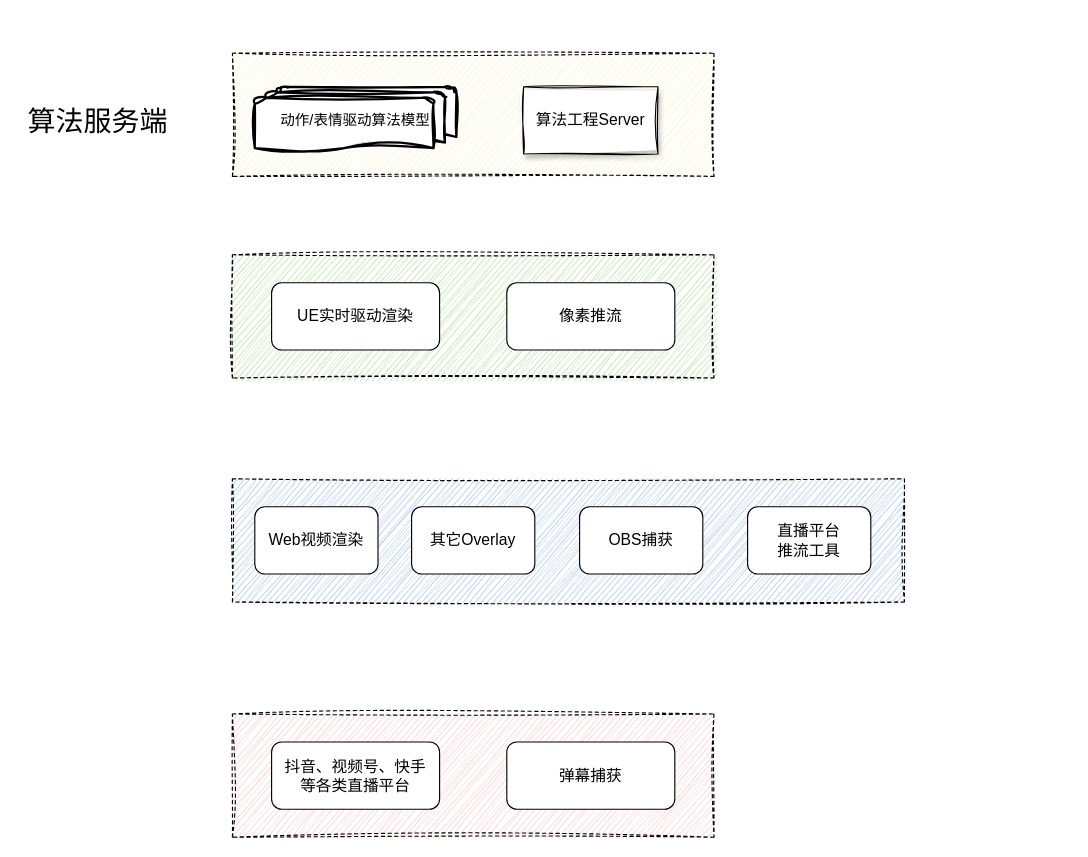
This is 3d_live_streaming.drawio from skindhu/9GAG, a draw.io file, before an edit. Source tidied: cells renumbered, new cells numbered last; positions are measured from the earlier drawing's top-left corner, leaving out a move shared by most shapes. Both pictures are drawn from the tidied source at 112%, with x=0, y=0 at pixel (19, 53).
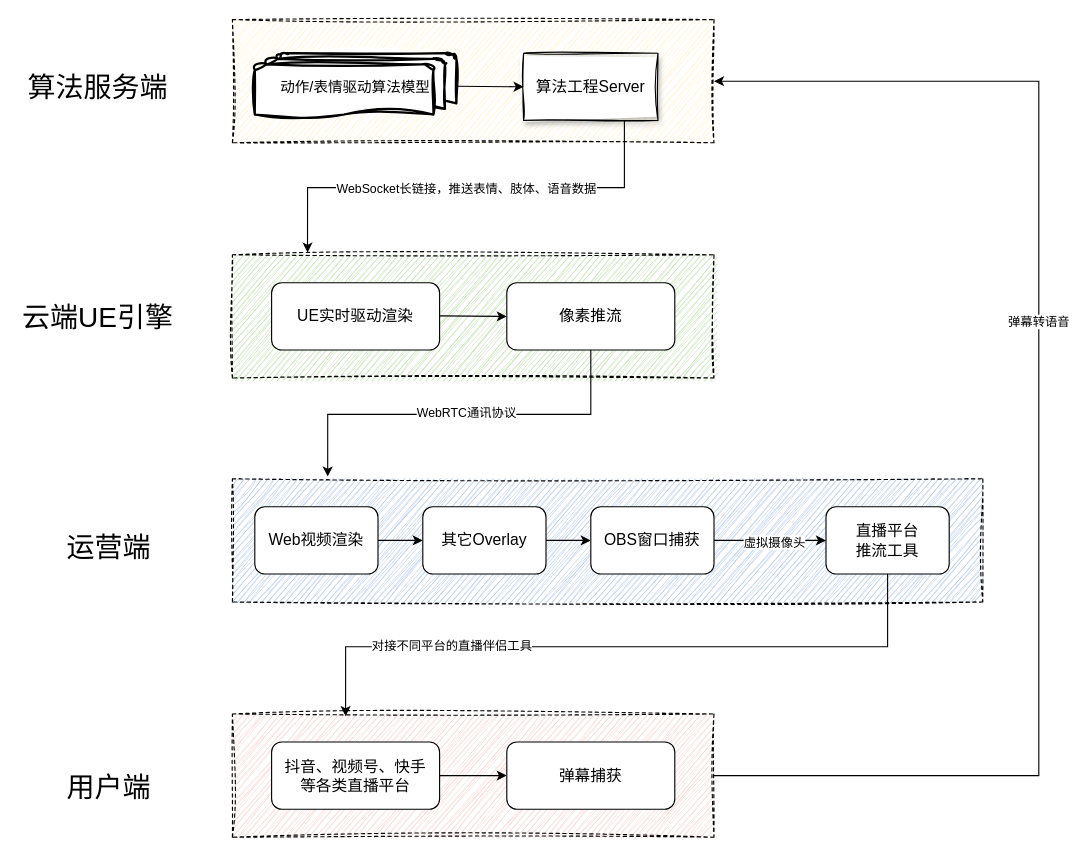
The same page after the edit.

Unchanged cells that the change refers to:
```xml
<mxCell id="2" style="rounded=0;whiteSpace=wrap;html=1;dashed=1;sketch=1;curveFitting=1;jiggle=2;fillColor=#B9E0A5;" parent="1" vertex="1">
  <mxGeometry x="190" y="180" width="430" height="110" as="geometry" />
</mxCell>
<mxCell id="7" value="像素推流" style="rounded=1;whiteSpace=wrap;html=1;fontSize=14;" parent="1" vertex="1">
  <mxGeometry x="435" y="205" width="150" height="60" as="geometry" />
</mxCell>
<mxCell id="9" value="Web视频渲染" style="rounded=1;whiteSpace=wrap;html=1;fontSize=14;" parent="1" vertex="1">
  <mxGeometry x="210" y="405" width="110" height="60" as="geometry" />
</mxCell>
<mxCell id="13" style="rounded=0;whiteSpace=wrap;html=1;dashed=1;sketch=1;curveFitting=1;jiggle=2;fillColor=#F8CECC;" parent="1" vertex="1">
  <mxGeometry x="190" y="590" width="430" height="110" as="geometry" />
</mxCell>
<mxCell id="14" value="抖音、视频号、快手&lt;br&gt;等各类直播平台" style="rounded=1;whiteSpace=wrap;html=1;fontSize=14;" parent="1" vertex="1">
  <mxGeometry x="225" y="615" width="150" height="60" as="geometry" />
</mxCell>
<mxCell id="15" value="弹幕捕获" style="rounded=1;whiteSpace=wrap;html=1;fontSize=14;" parent="1" vertex="1">
  <mxGeometry x="435" y="615" width="150" height="60" as="geometry" />
</mxCell>
```

What changed in the source:
```diff
@@
     <mxCell id="3" style="rounded=0;whiteSpace=wrap;html=1;dashed=1;sketch=1;curveFitting=1;jiggle=2;fillColor=#FFF2CC;" parent="1" vertex="1">
-      <mxGeometry x="190" width="430" height="110" as="geometry" />
+      <mxGeometry x="190" y="-30" width="430" height="110" as="geometry" />
     </mxCell>
     <mxCell id="4" value="动作/表情驱动算法模型" style="strokeWidth=2;html=1;shape=mxgraph.flowchart.multi-document;whiteSpace=wrap;sketch=1;curveFitting=1;jiggle=2;fontSize=13;" parent="1" vertex="1">
-      <mxGeometry x="210" y="30" width="180" height="60" as="geometry" />
+      <mxGeometry x="210" width="180" height="60" as="geometry" />
     </mxCell>
+    <mxCell id="17" style="edgeStyle=orthogonalEdgeStyle;rounded=0;jettySize=auto;html=1;entryX=0.156;entryY=-0.018;entryDx=0;entryDy=0;entryPerimeter=0;exitX=0.75;exitY=1;exitDx=0;exitDy=0;" parent="1" edge="1" source="5" target="2">
+      <mxGeometry relative="1" as="geometry" />
+    </mxCell>
+    <mxCell id="18" value="WebSocket长链接，推送表情、肢体、语音数据" style="edgeLabel;html=1;align=center;verticalAlign=middle;" parent="17" vertex="1">
+      <mxGeometry x="0.01" relative="1" as="geometry" />
+    </mxCell>
     <mxCell id="5" value="算法工程Server" style="rounded=0;whiteSpace=wrap;html=1;glass=0;sketch=1;curveFitting=1;jiggle=2;shadow=1;fontSize=14;" parent="1" vertex="1">
-      <mxGeometry x="450" y="30" width="120" height="60" as="geometry" />
+      <mxGeometry x="450" width="120" height="60" as="geometry" />
     </mxCell>
@@
+    <mxCell id="19" style="edgeStyle=orthogonalEdgeStyle;rounded=0;jettySize=auto;html=1;entryX=0.127;entryY=-0.018;entryDx=0;entryDy=0;entryPerimeter=0;" parent="1" edge="1" source="7" target="8">
+      <mxGeometry relative="1" as="geometry" />
+    </mxCell>
+    <mxCell id="20" value="WebRTC通讯协议" style="edgeLabel;html=1;align=center;verticalAlign=middle;" parent="19" vertex="1">
+      <mxGeometry x="-0.02" y="-2" relative="1" as="geometry">
+        <mxPoint x="1" as="offset" />
+      </mxGeometry>
+    </mxCell>
@@
     <mxCell id="8" style="rounded=0;whiteSpace=wrap;html=1;dashed=1;sketch=1;curveFitting=1;jiggle=2;fillColor=#A9C4EB;" parent="1" vertex="1">
-      <mxGeometry x="190" y="380" width="600" height="110" as="geometry" />
+      <mxGeometry x="190" y="380" width="670" height="110" as="geometry" />
     </mxCell>
+    <mxCell id="21" style="edgeStyle=orthogonalEdgeStyle;rounded=0;jettySize=auto;html=1;" parent="1" edge="1" source="9" target="10">
+      <mxGeometry relative="1" as="geometry" />
+    </mxCell>
@@
+    <mxCell id="22" style="edgeStyle=orthogonalEdgeStyle;rounded=0;jettySize=auto;html=1;" parent="1" edge="1" source="10" target="11">
+      <mxGeometry relative="1" as="geometry" />
+    </mxCell>
     <mxCell id="10" value="其它Overlay" style="rounded=1;whiteSpace=wrap;html=1;fontSize=14;" parent="1" vertex="1">
-      <mxGeometry x="350" y="405" width="110" height="60" as="geometry" />
+      <mxGeometry x="360" y="405" width="110" height="60" as="geometry" />
     </mxCell>
+    <mxCell id="23" style="edgeStyle=orthogonalEdgeStyle;rounded=0;jettySize=auto;html=1;" parent="1" edge="1" source="11" target="12">
+      <mxGeometry relative="1" as="geometry" />
+    </mxCell>
+    <mxCell id="24" value="虚拟摄像头" style="edgeLabel;html=1;align=center;verticalAlign=middle;" parent="23" vertex="1">
+      <mxGeometry x="0.05" y="-1" relative="1" as="geometry" />
+    </mxCell>
-    <mxCell id="11" value="OBS捕获" style="rounded=1;whiteSpace=wrap;html=1;fontSize=14;" parent="1" vertex="1">
-      <mxGeometry x="500" y="405" width="110" height="60" as="geometry" />
+    <mxCell id="11" value="OBS窗口捕获" style="rounded=1;whiteSpace=wrap;html=1;fontSize=14;" parent="1" vertex="1">
+      <mxGeometry x="510" y="405" width="110" height="60" as="geometry" />
     </mxCell>
+    <mxCell id="25" style="edgeStyle=orthogonalEdgeStyle;rounded=0;jettySize=auto;html=1;entryX=0.235;entryY=0.018;entryDx=0;entryDy=0;entryPerimeter=0;" parent="1" edge="1" source="12" target="13">
+      <mxGeometry relative="1" as="geometry">
+        <Array as="points">
+          <mxPoint x="775" y="530" />
+          <mxPoint x="291" y="530" />
+        </Array>
+      </mxGeometry>
+    </mxCell>
+    <mxCell id="26" value="对接不同平台的直播伴侣工具" style="edgeLabel;html=1;align=center;verticalAlign=middle;" parent="25" vertex="1">
+      <mxGeometry x="0.49" y="-2" relative="1" as="geometry" />
+    </mxCell>
     <mxCell id="12" value="直播平台&lt;br&gt;推流工具" style="rounded=1;whiteSpace=wrap;html=1;fontSize=14;" parent="1" vertex="1">
-      <mxGeometry x="650" y="405" width="110" height="60" as="geometry" />
+      <mxGeometry x="720" y="405" width="110" height="60" as="geometry" />
     </mxCell>
+    <mxCell id="27" style="edgeStyle=orthogonalEdgeStyle;rounded=0;jettySize=auto;html=1;entryX=1;entryY=0.5;entryDx=0;entryDy=0;" parent="1" edge="1" source="13" target="3">
+      <mxGeometry relative="1" as="geometry">
+        <Array as="points">
+          <mxPoint x="910" y="645" />
+          <mxPoint x="910" y="25" />
+        </Array>
+      </mxGeometry>
+    </mxCell>
+    <mxCell id="28" value="弹幕转语音" style="edgeLabel;html=1;align=center;verticalAlign=middle;" parent="27" vertex="1">
+      <mxGeometry x="0.16" y="1" relative="1" as="geometry" />
+    </mxCell>
@@
+    <mxCell id="29" style="edgeStyle=orthogonalEdgeStyle;rounded=0;jettySize=auto;html=1;" parent="1" edge="1" source="14" target="15">
+      <mxGeometry relative="1" as="geometry" />
+    </mxCell>
@@
     <mxCell id="16" value="&lt;font style=&quot;font-size: 25px;&quot;&gt;算法服务端&lt;/font&gt;" style="text;html=1;strokeColor=none;fillColor=none;align=center;verticalAlign=middle;whiteSpace=wrap;rounded=0;fontSize=25;" parent="1" vertex="1">
-      <mxGeometry y="45" width="140" height="30" as="geometry" />
+      <mxGeometry y="15" width="140" height="30" as="geometry" />
     </mxCell>
+    <mxCell id="30" value="&lt;font style=&quot;font-size: 25px;&quot;&gt;云端UE引擎&lt;/font&gt;" style="text;html=1;strokeColor=none;fillColor=none;align=center;verticalAlign=middle;whiteSpace=wrap;rounded=0;fontSize=25;" parent="1" vertex="1">
+      <mxGeometry y="220" width="140" height="30" as="geometry" />
+    </mxCell>
+    <mxCell id="31" value="运营端" style="text;html=1;strokeColor=none;fillColor=none;align=center;verticalAlign=middle;whiteSpace=wrap;rounded=0;fontSize=25;" parent="1" vertex="1">
+      <mxGeometry x="10" y="425" width="140" height="30" as="geometry" />
+    </mxCell>
+    <mxCell id="32" value="用户端" style="text;html=1;strokeColor=none;fillColor=none;align=center;verticalAlign=middle;whiteSpace=wrap;rounded=0;fontSize=25;" parent="1" vertex="1">
+      <mxGeometry x="10" y="640" width="140" height="30" as="geometry" />
+    </mxCell>
+    <mxCell id="33" style="endArrow=classic;html=1;rounded=0;" parent="1" edge="1">
+      <mxGeometry relative="1" as="geometry">
+        <mxPoint x="390" y="29.5" as="sourcePoint" />
+        <mxPoint x="450" y="30" as="targetPoint" />
+      </mxGeometry>
+    </mxCell>
+    <mxCell id="34" style="endArrow=classic;html=1;rounded=0;" parent="1" edge="1">
+      <mxGeometry relative="1" as="geometry">
+        <mxPoint x="375" y="234.5" as="sourcePoint" />
+        <mxPoint x="435" y="235" as="targetPoint" />
+      </mxGeometry>
+    </mxCell>
```
